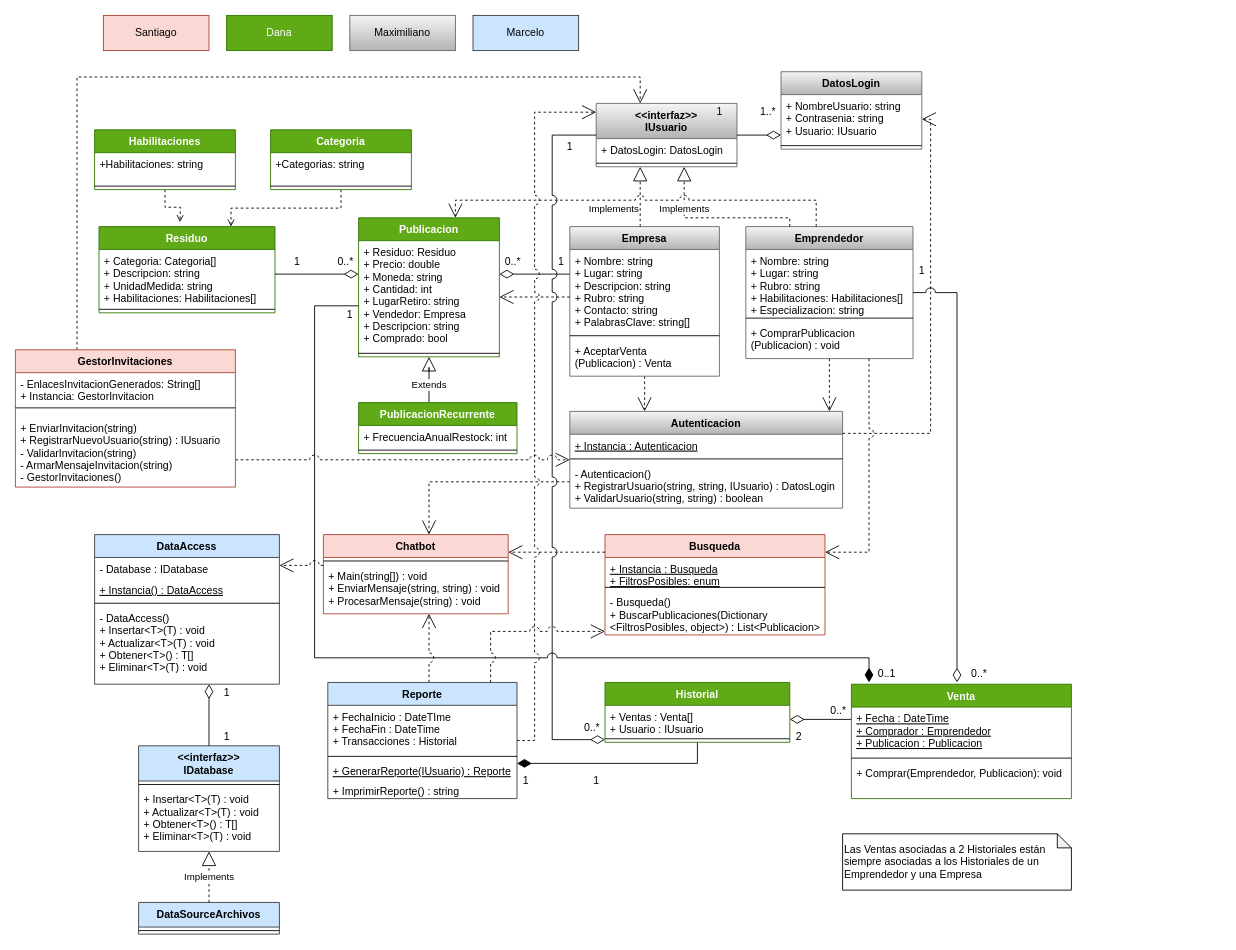
Earlier version of the draw.io diagram docs/Diagrama de clases.drawio (Team9-UCU-PII/PII_ProjectTelegramBot_Team9). Source tidied: cells renumbered, new cells numbered last; positions are measured from the earlier drawing's top-left corner, leaving out a move shared by most shapes. Both pictures are drawn from the tidied source at 88%, with x=0, y=0 at pixel (15, 15).
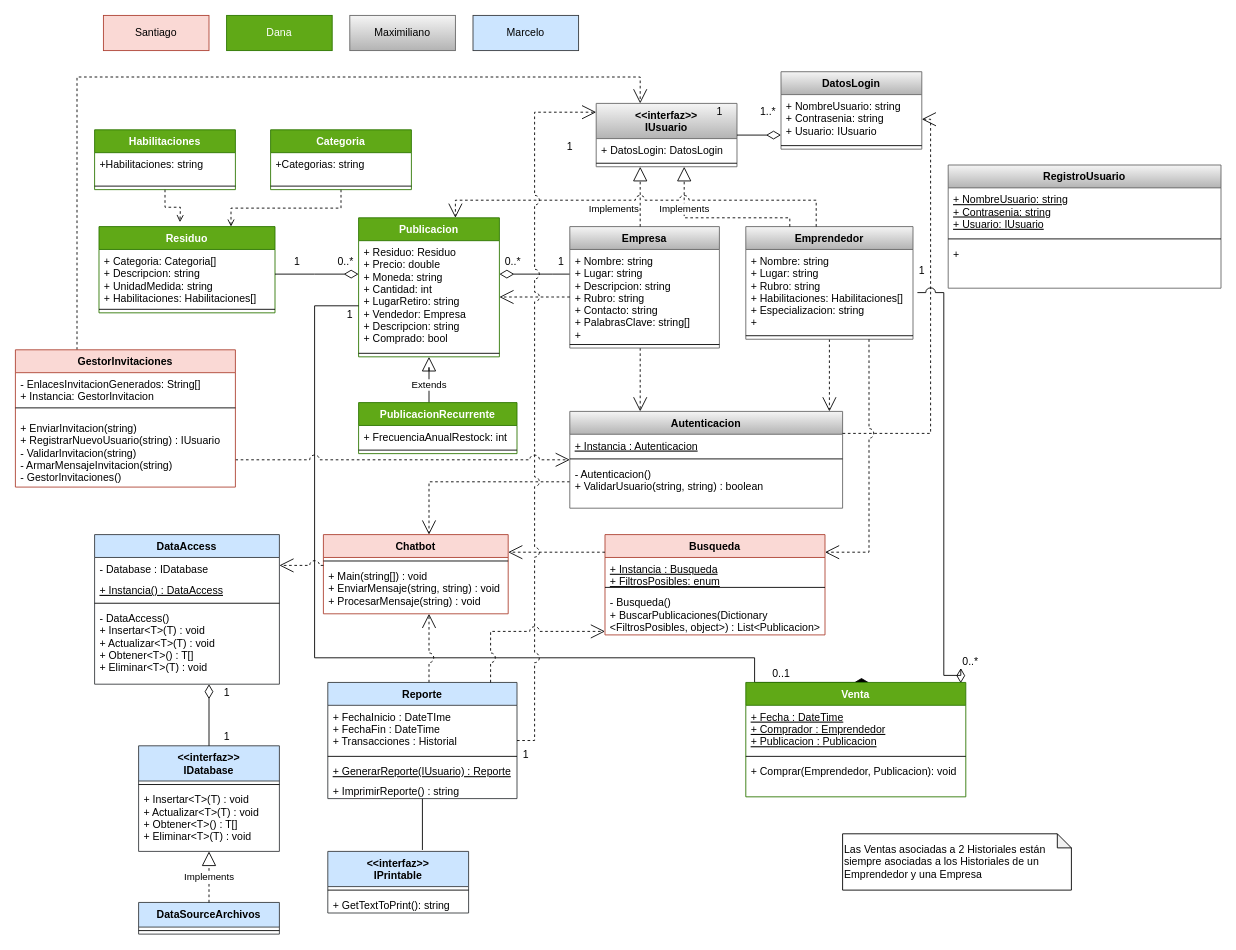
The same diagram, later.

Commit message (it also covers changes not shown here):
Nueva modificacion de diagrama de clases y correccion de clases segun el nuevo diagrama

Unchanged cells that the change refers to:
```xml
<mxCell id="6" value="Publicacion" style="swimlane;fontStyle=1;align=center;verticalAlign=top;horizontal=1;startSize=26;hachureGap=4;fillColor=#60a917;strokeColor=#2D7600;fontColor=#ffffff;" parent="1" vertex="1">
  <mxGeometry x="390" y="230" width="160" height="158" as="geometry" />
</mxCell>
<mxCell id="20" value="Autenticacion" style="swimlane;fontStyle=1;align=center;verticalAlign=top;horizontal=1;startSize=26;hachureGap=4;fillColor=#f5f5f5;strokeColor=#666666;gradientColor=#b3b3b3;" parent="1" vertex="1">
  <mxGeometry x="630" y="450" width="310" height="110" as="geometry" />
</mxCell>
<mxCell id="33" value="&lt;&lt;interfaz&gt;&gt;&#10;IUsuario" style="swimlane;fontStyle=1;align=center;verticalAlign=top;horizontal=1;startSize=40;hachureGap=4;gradientColor=#b3b3b3;fillColor=#f5f5f5;strokeColor=#666666;" parent="1" vertex="1">
  <mxGeometry x="660" y="100" width="160" height="72" as="geometry" />
</mxCell>
<mxCell id="76" value="Reporte" style="swimlane;fontStyle=1;align=center;verticalAlign=top;horizontal=1;startSize=26;hachureGap=4;fillColor=#cce5ff;strokeColor=#36393d;" parent="1" vertex="1">
  <mxGeometry x="355" y="758" width="215" height="132" as="geometry" />
</mxCell>
```

Diff of the diagram source:
```diff
@@
     <mxCell id="15" value="Empresa" style="swimlane;fontStyle=1;align=center;verticalAlign=top;horizontal=1;startSize=26;hachureGap=4;gradientColor=#b3b3b3;fillColor=#f5f5f5;strokeColor=#666666;" parent="1" vertex="1">
-      <mxGeometry x="630" y="240" width="170" height="170" as="geometry" />
+      <mxGeometry x="630" y="240" width="170" height="138" as="geometry" />
     </mxCell>
-    <mxCell id="16" value="+ Nombre: string&#10;+ Lugar: string&#10;+ Descripcion: string&#10;+ Rubro: string&#10;+ Contacto: string&#10;+ PalabrasClave: string[]" style="text;strokeColor=none;fillColor=none;align=left;verticalAlign=top;spacingLeft=4;spacingRight=4;overflow=hidden;" parent="15" vertex="1">
-      <mxGeometry y="26" width="170" height="94" as="geometry" />
+    <mxCell id="16" value="+ Nombre: string&#10;+ Lugar: string&#10;+ Descripcion: string&#10;+ Rubro: string&#10;+ Contacto: string&#10;+ PalabrasClave: string[]&#10;+ " style="text;strokeColor=none;fillColor=none;align=left;verticalAlign=top;spacingLeft=4;spacingRight=4;overflow=hidden;" parent="15" vertex="1">
+      <mxGeometry y="26" width="170" height="104" as="geometry" />
     </mxCell>
     <mxCell id="17" style="line;strokeWidth=1;fillColor=none;align=left;verticalAlign=middle;spacingTop=-1;spacingLeft=3;spacingRight=3;labelPosition=right;" parent="15" vertex="1">
-      <mxGeometry y="120" width="170" height="8" as="geometry" />
+      <mxGeometry y="130" width="170" height="8" as="geometry" />
     </mxCell>
-    <mxCell id="18" value="+ AceptarVenta&#10;(Publicacion) : Venta" style="text;strokeColor=none;fillColor=none;align=left;verticalAlign=top;spacingLeft=4;spacingRight=4;overflow=hidden;" parent="15" vertex="1">
-      <mxGeometry y="128" width="170" height="42" as="geometry" />
-    </mxCell>
@@
-    <mxCell id="23" value="- Autenticacion()&#10;+ RegistrarUsuario(string, string, IUsuario) : DatosLogin&#10;+ ValidarUsuario(string, string) : boolean" style="text;strokeColor=none;fillColor=none;align=left;verticalAlign=top;spacingLeft=4;spacingRight=4;overflow=hidden;" parent="20" vertex="1">
+    <mxCell id="23" value="- Autenticacion()&#10;+ ValidarUsuario(string, string) : boolean" style="text;strokeColor=none;fillColor=none;align=left;verticalAlign=top;spacingLeft=4;spacingRight=4;overflow=hidden;" parent="20" vertex="1">
       <mxGeometry y="58" width="310" height="52" as="geometry" />
     </mxCell>
@@
     <mxCell id="29" value="Emprendedor" style="swimlane;fontStyle=1;align=center;verticalAlign=top;horizontal=1;startSize=26;hachureGap=4;gradientColor=#b3b3b3;fillColor=#f5f5f5;strokeColor=#666666;" parent="1" vertex="1">
-      <mxGeometry x="830" y="240" width="190" height="150" as="geometry" />
+      <mxGeometry x="830" y="240" width="190" height="128" as="geometry" />
     </mxCell>
-    <mxCell id="30" value="+ Nombre: string&#10;+ Lugar: string&#10;+ Rubro: string&#10;+ Habilitaciones: Habilitaciones[]&#10;+ Especializacion: string" style="text;strokeColor=none;fillColor=none;align=left;verticalAlign=top;spacingLeft=4;spacingRight=4;overflow=hidden;" parent="29" vertex="1">
-      <mxGeometry y="26" width="190" height="74" as="geometry" />
+    <mxCell id="30" value="+ Nombre: string&#10;+ Lugar: string&#10;+ Rubro: string&#10;+ Habilitaciones: Habilitaciones[]&#10;+ Especializacion: string&#10;+" style="text;strokeColor=none;fillColor=none;align=left;verticalAlign=top;spacingLeft=4;spacingRight=4;overflow=hidden;" parent="29" vertex="1">
+      <mxGeometry y="26" width="190" height="94" as="geometry" />
     </mxCell>
     <mxCell id="31" style="line;strokeWidth=1;fillColor=none;align=left;verticalAlign=middle;spacingTop=-1;spacingLeft=3;spacingRight=3;labelPosition=right;" parent="29" vertex="1">
-      <mxGeometry y="100" width="190" height="8" as="geometry" />
+      <mxGeometry y="120" width="190" height="8" as="geometry" />
     </mxCell>
-    <mxCell id="32" value="+ ComprarPublicacion&#10;(Publicacion) : void" style="text;strokeColor=none;fillColor=none;align=left;verticalAlign=top;spacingLeft=4;spacingRight=4;overflow=hidden;" parent="29" vertex="1">
-      <mxGeometry y="108" width="190" height="42" as="geometry" />
-    </mxCell>
@@
-    <mxCell id="63" style="edgeStyle=orthogonalEdgeStyle;rounded=0;jumpStyle=arc;jumpSize=11;jettySize=auto;html=1;endArrow=diamondThin;endFill=0;startSize=14;endSize=14;sourcePerimeterSpacing=0;targetPerimeterSpacing=0;" parent="1" edge="1" source="33" target="65">
-      <mxGeometry relative="1" as="geometry">
-        <Array as="points">
-          <mxPoint x="610" y="136" />
-          <mxPoint x="610" y="823" />
-        </Array>
-      </mxGeometry>
-    </mxCell>
-    <mxCell id="64" style="edgeStyle=orthogonalEdgeStyle;rounded=0;jumpStyle=arc;jumpSize=11;jettySize=auto;html=1;endArrow=diamondThin;endFill=1;startSize=14;endSize=14;sourcePerimeterSpacing=0;targetPerimeterSpacing=0;" parent="1" edge="1" source="65" target="76">
-      <mxGeometry relative="1" as="geometry">
-        <Array as="points">
-          <mxPoint x="610" y="850" />
-          <mxPoint x="610" y="850" />
-        </Array>
-      </mxGeometry>
-    </mxCell>
-    <mxCell id="65" value="Historial" style="swimlane;fontStyle=1;align=center;verticalAlign=top;horizontal=1;startSize=26;hachureGap=4;fillColor=#60a917;strokeColor=#2D7600;fontColor=#ffffff;" parent="1" vertex="1">
-      <mxGeometry x="670" y="758" width="210" height="68" as="geometry" />
-    </mxCell>
-    <mxCell id="66" value="+ Ventas : Venta[]&#10;+ Usuario : IUsuario" style="text;strokeColor=none;fillColor=none;align=left;verticalAlign=top;spacingLeft=4;spacingRight=4;overflow=hidden;fontStyle=0;" parent="65" vertex="1">
-      <mxGeometry y="26" width="210" height="34" as="geometry" />
-    </mxCell>
-    <mxCell id="67" style="line;strokeWidth=1;fillColor=none;align=left;verticalAlign=middle;spacingTop=-1;spacingLeft=3;spacingRight=3;labelPosition=right;" parent="65" vertex="1">
-      <mxGeometry y="60" width="210" height="8" as="geometry" />
-    </mxCell>
     <mxCell id="68" value="0..*" style="text;html=1;align=center;verticalAlign=middle;strokeColor=none;fillColor=none;" parent="1" vertex="1">
-      <mxGeometry x="1080" y="738" width="30" height="20" as="geometry" />
+      <mxGeometry x="1070" y="725" width="30" height="20" as="geometry" />
     </mxCell>
@@
-    <mxCell id="70" style="edgeStyle=orthogonalEdgeStyle;rounded=0;jumpStyle=arc;jumpSize=11;jettySize=auto;html=1;endArrow=diamondThin;endFill=0;startSize=14;endSize=14;sourcePerimeterSpacing=0;targetPerimeterSpacing=0;" parent="1" edge="1" source="29">
+    <mxCell id="70" style="edgeStyle=orthogonalEdgeStyle;rounded=0;jumpStyle=arc;jumpSize=11;jettySize=auto;html=1;endArrow=diamondThin;endFill=0;startSize=14;endSize=14;sourcePerimeterSpacing=0;targetPerimeterSpacing=0;entryX=0.977;entryY=0.006;entryDx=0;entryDy=0;entryPerimeter=0;" parent="1" edge="1" target="117">
       <mxGeometry relative="1" as="geometry">
-        <mxPoint x="1070" y="758" as="targetPoint" />
+        <mxPoint x="1025" y="315" as="sourcePoint" />
         <Array as="points">
-          <mxPoint x="1070" y="315" />
+          <mxPoint x="1055" y="315" />
+          <mxPoint x="1055" y="750" />
+          <mxPoint x="1074" y="750" />
         </Array>
       </mxGeometry>
     </mxCell>
-    <mxCell id="71" style="edgeStyle=orthogonalEdgeStyle;rounded=0;jettySize=auto;html=1;endArrow=diamondThin;endFill=0;startSize=14;endSize=14;sourcePerimeterSpacing=0;targetPerimeterSpacing=0;" parent="1" edge="1" target="65">
-      <mxGeometry relative="1" as="geometry">
-        <mxPoint x="950" y="800" as="sourcePoint" />
-        <Array as="points">
-          <mxPoint x="910" y="800" />
-          <mxPoint x="910" y="800" />
-        </Array>
-      </mxGeometry>
-    </mxCell>
     <mxCell id="72" value="0..1" style="text;html=1;align=center;verticalAlign=middle;strokeColor=none;fillColor=none;" parent="1" vertex="1">
-      <mxGeometry x="970" y="738" width="40" height="20" as="geometry" />
+      <mxGeometry x="850" y="738" width="40" height="20" as="geometry" />
     </mxCell>
@@
     <mxCell id="74" style="edgeStyle=orthogonalEdgeStyle;rounded=0;jumpStyle=arc;jumpSize=11;jettySize=auto;html=1;endArrow=diamondThin;endFill=1;startSize=14;endSize=14;sourcePerimeterSpacing=0;targetPerimeterSpacing=0;" parent="1" edge="1" source="6">
       <mxGeometry relative="1" as="geometry">
         <mxPoint x="970" y="758" as="targetPoint" />
         <Array as="points">
           <mxPoint x="340" y="330" />
           <mxPoint x="340" y="730" />
-          <mxPoint x="970" y="730" />
+          <mxPoint x="840" y="730" />
+          <mxPoint x="840" y="758" />
         </Array>
       </mxGeometry>
     </mxCell>
@@
+    <mxCell id="121" style="edgeStyle=orthogonalEdgeStyle;rounded=0;jettySize=auto;html=1;entryX=0.672;entryY=-0.023;entryDx=0;entryDy=0;entryPerimeter=0;endArrow=none;endFill=0;" parent="1" edge="1" source="76" target="126">
+      <mxGeometry relative="1" as="geometry" />
+    </mxCell>
@@
-    <mxCell id="81" value="1" style="text;html=1;align=center;verticalAlign=middle;strokeColor=none;fillColor=none;" parent="1" vertex="1">
-      <mxGeometry x="650" y="860" width="20" height="20" as="geometry" />
-    </mxCell>
     <mxCell id="82" value="1" style="text;html=1;align=center;verticalAlign=middle;strokeColor=none;fillColor=none;" parent="1" vertex="1">
-      <mxGeometry x="570" y="860" width="20" height="20" as="geometry" />
+      <mxGeometry x="570" y="830" width="20" height="20" as="geometry" />
     </mxCell>
@@
-    <mxCell id="98" value="0..*" style="text;html=1;align=center;verticalAlign=middle;strokeColor=none;fillColor=none;" parent="1" vertex="1">
-      <mxGeometry x="640" y="800" width="30" height="20" as="geometry" />
-    </mxCell>
@@
-    <mxCell id="101" value="0..*" style="text;html=1;align=center;verticalAlign=middle;strokeColor=none;fillColor=none;" parent="1" vertex="1">
-      <mxGeometry x="920" y="780" width="30" height="20" as="geometry" />
-    </mxCell>
-    <mxCell id="102" value="2" style="text;html=1;align=center;verticalAlign=middle;strokeColor=none;fillColor=none;" parent="1" vertex="1">
-      <mxGeometry x="880" y="810" width="20" height="20" as="geometry" />
-    </mxCell>
@@
     <mxCell id="117" value="Venta" style="swimlane;fontStyle=1;align=center;verticalAlign=top;horizontal=1;startSize=26;hachureGap=4;fillColor=#60a917;strokeColor=#2D7600;fontColor=#ffffff;" parent="1" vertex="1">
-      <mxGeometry x="950" y="760" width="250" height="130" as="geometry" />
+      <mxGeometry x="830" y="758" width="250" height="130" as="geometry" />
     </mxCell>
@@
+    <mxCell id="122" value="RegistroUsuario" style="swimlane;fontStyle=1;align=center;verticalAlign=top;horizontal=1;startSize=26;hachureGap=4;fillColor=#f5f5f5;strokeColor=#666666;gradientColor=#b3b3b3;" parent="1" vertex="1">
+      <mxGeometry x="1060" y="170" width="310" height="140" as="geometry" />
+    </mxCell>
+    <mxCell id="123" value="+ NombreUsuario: string&#10;+ Contrasenia: string&#10;+ Usuario: IUsuario" style="text;strokeColor=none;fillColor=none;align=left;verticalAlign=top;spacingLeft=4;spacingRight=4;overflow=hidden;fontStyle=4;" parent="122" vertex="1">
+      <mxGeometry y="26" width="310" height="54" as="geometry" />
+    </mxCell>
+    <mxCell id="124" style="line;strokeWidth=1;fillColor=none;align=left;verticalAlign=middle;spacingTop=-1;spacingLeft=3;spacingRight=3;labelPosition=right;" parent="122" vertex="1">
+      <mxGeometry y="80" width="310" height="8" as="geometry" />
+    </mxCell>
+    <mxCell id="125" value="+" style="text;strokeColor=none;fillColor=none;align=left;verticalAlign=top;spacingLeft=4;spacingRight=4;overflow=hidden;" parent="122" vertex="1">
+      <mxGeometry y="88" width="310" height="52" as="geometry" />
+    </mxCell>
+    <mxCell id="126" value="&lt;&lt;interfaz&gt;&gt;&#10;IPrintable" style="swimlane;fontStyle=1;align=center;verticalAlign=top;horizontal=1;startSize=40;hachureGap=4;fillColor=#cce5ff;strokeColor=#36393d;" parent="1" vertex="1">
+      <mxGeometry x="355" y="950" width="160" height="70" as="geometry" />
+    </mxCell>
+    <mxCell id="127" style="line;strokeWidth=1;fillColor=none;align=left;verticalAlign=middle;spacingTop=-1;spacingLeft=3;spacingRight=3;labelPosition=right;" parent="126" vertex="1">
+      <mxGeometry y="40" width="160" height="8" as="geometry" />
+    </mxCell>
+    <mxCell id="128" value="+ GetTextToPrint(): string" style="text;strokeColor=none;fillColor=none;align=left;verticalAlign=top;spacingLeft=4;spacingRight=4;overflow=hidden;" parent="126" vertex="1">
+      <mxGeometry y="48" width="160" height="22" as="geometry" />
+    </mxCell>
```
